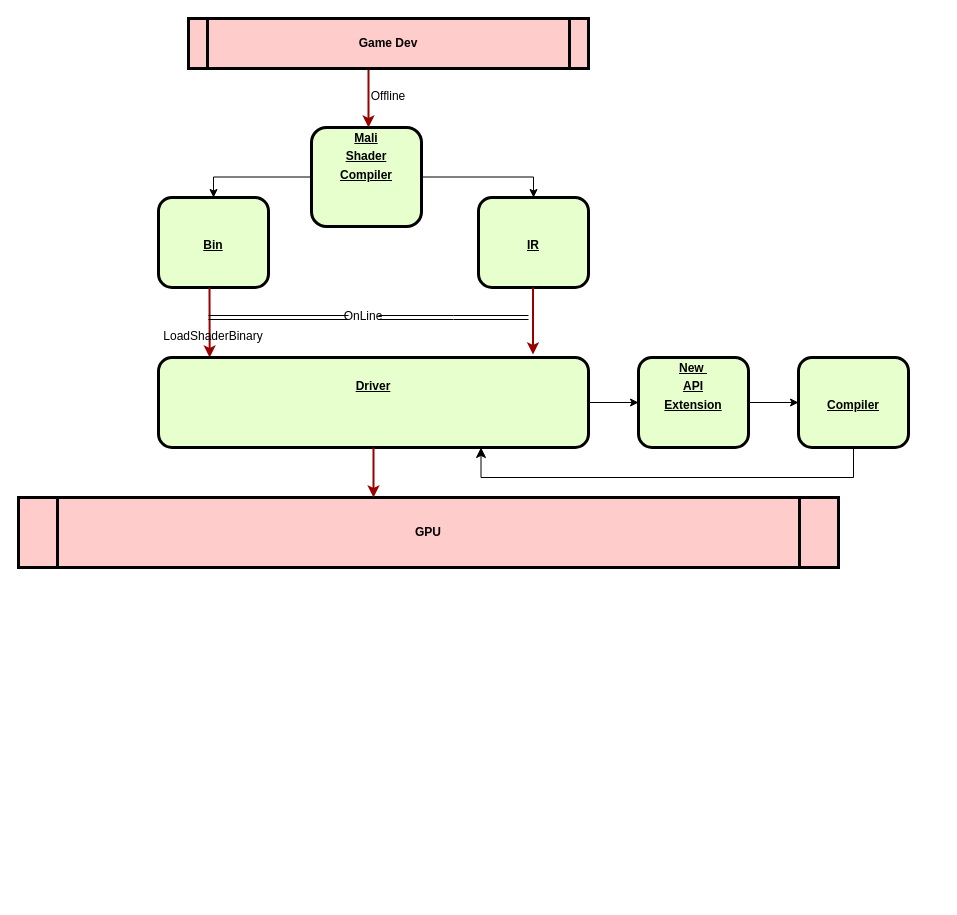
The draw.io diagram gpu_comp.drawio in COthello/mesadoc, before the edit. Source tidied: cells renumbered, new cells numbered last; positions are measured from the earlier drawing's top-left corner, leaving out a move shared by most shapes. Both pictures are drawn from the tidied source at 100%, with x=0, y=0 at pixel (18, 18).
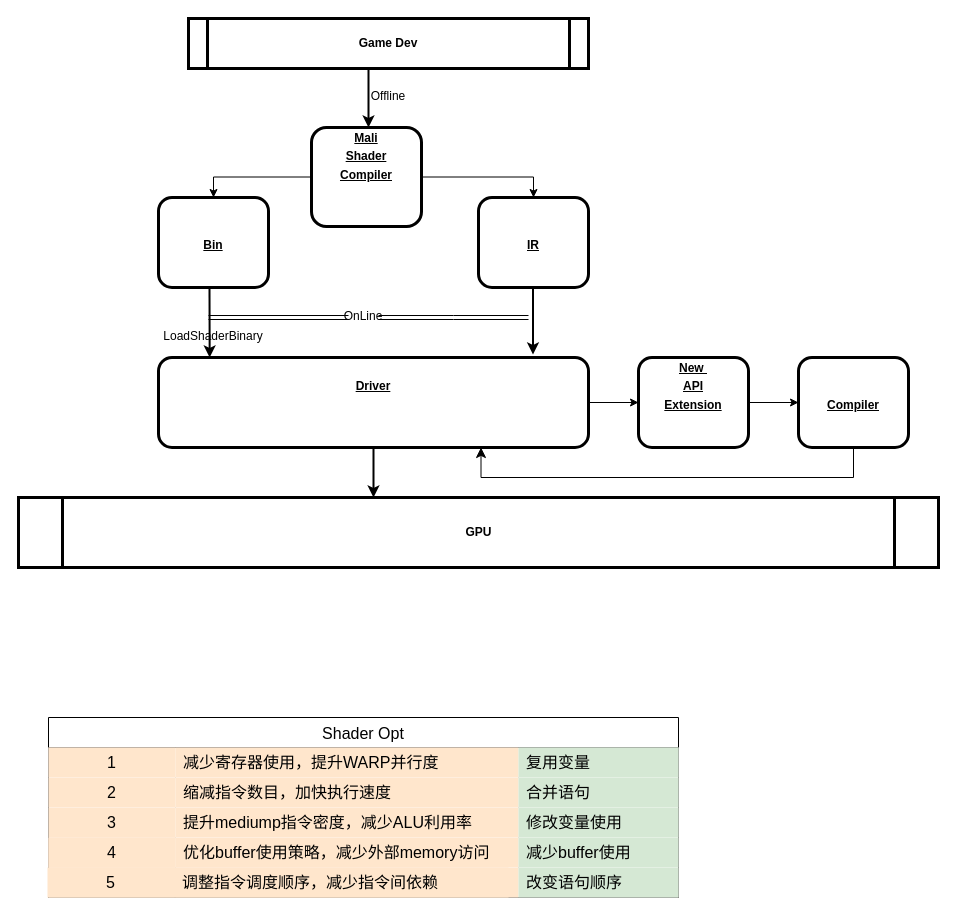
The same page after the edit.

Change to the diagram source:
```diff
@@
-    <mxCell id="2" value="GPU" style="shape=process;whiteSpace=wrap;align=center;verticalAlign=middle;size=0.0475;fontStyle=1;strokeWidth=3;fillColor=#FFCCCC;" parent="1" vertex="1">
-      <mxGeometry y="479" width="820" height="70" as="geometry" />
+    <mxCell id="2" value="GPU" style="shape=process;whiteSpace=wrap;align=center;verticalAlign=middle;size=0.0475;fontStyle=1;strokeWidth=3;" parent="1" vertex="1">
+      <mxGeometry y="479" width="920" height="70" as="geometry" />
     </mxCell>
@@
-    <mxCell id="5" value="&lt;p style=&quot;margin: 0px; margin-top: 4px; text-align: center; text-decoration: underline;&quot;&gt;Mali&lt;/p&gt;&lt;p style=&quot;margin: 0px; margin-top: 4px; text-align: center; text-decoration: underline;&quot;&gt;Shader&lt;/p&gt;&lt;p style=&quot;margin: 0px; margin-top: 4px; text-align: center; text-decoration: underline;&quot;&gt;Compiler&lt;/p&gt;" style="verticalAlign=middle;align=center;overflow=fill;fontSize=12;fontFamily=Helvetica;html=1;rounded=1;fontStyle=1;strokeWidth=3;fillColor=#E6FFCC;" parent="1" vertex="1">
+    <mxCell id="5" value="&lt;p style=&quot;margin: 0px; margin-top: 4px; text-align: center; text-decoration: underline;&quot;&gt;Mali&lt;/p&gt;&lt;p style=&quot;margin: 0px; margin-top: 4px; text-align: center; text-decoration: underline;&quot;&gt;Shader&lt;/p&gt;&lt;p style=&quot;margin: 0px; margin-top: 4px; text-align: center; text-decoration: underline;&quot;&gt;Compiler&lt;/p&gt;" style="verticalAlign=middle;align=center;overflow=fill;fontSize=12;fontFamily=Helvetica;html=1;rounded=1;fontStyle=1;strokeWidth=3;" parent="1" vertex="1">
       <mxGeometry x="293" y="109" width="110" height="99" as="geometry" />
     </mxCell>
-    <mxCell id="6" style="edgeStyle=elbowEdgeStyle;elbow=vertical;strokeColor=#990000;strokeWidth=2;rounded=0;" parent="1" edge="1">
+    <mxCell id="6" style="edgeStyle=elbowEdgeStyle;elbow=vertical;strokeWidth=2;rounded=0;" parent="1" edge="1">
       <mxGeometry relative="1" as="geometry">
         <mxPoint x="350" y="69" as="sourcePoint" />
         <mxPoint x="350" y="109" as="targetPoint" />
         <Array as="points">
           <mxPoint x="350" y="49" />
         </Array>
       </mxGeometry>
     </mxCell>
@@
-    <mxCell id="8" value="Game Dev" style="shape=process;whiteSpace=wrap;align=center;verticalAlign=middle;size=0.0475;fontStyle=1;strokeWidth=3;fillColor=#FFCCCC;" parent="1" vertex="1">
+    <mxCell id="8" value="Game Dev" style="shape=process;whiteSpace=wrap;align=center;verticalAlign=middle;size=0.0475;fontStyle=1;strokeWidth=3;" parent="1" vertex="1">
       <mxGeometry x="170" width="400" height="50" as="geometry" />
     </mxCell>
-    <mxCell id="9" value="&lt;p style=&quot;margin: 0px; margin-top: 4px; text-align: center; text-decoration: underline;&quot;&gt;&lt;br&gt;&lt;/p&gt;&lt;p style=&quot;margin: 0px; margin-top: 4px; text-align: center; text-decoration: underline;&quot;&gt;&lt;span style=&quot;background-color: initial;&quot;&gt;&lt;br&gt;&lt;/span&gt;&lt;/p&gt;&lt;p style=&quot;margin: 0px; margin-top: 4px; text-align: center; text-decoration: underline;&quot;&gt;&lt;span style=&quot;background-color: initial;&quot;&gt;Bin&lt;/span&gt;&lt;br&gt;&lt;/p&gt;" style="verticalAlign=middle;align=center;overflow=fill;fontSize=12;fontFamily=Helvetica;html=1;rounded=1;fontStyle=1;strokeWidth=3;fillColor=#E6FFCC;" parent="1" vertex="1">
+    <mxCell id="9" value="&lt;p style=&quot;margin: 0px; margin-top: 4px; text-align: center; text-decoration: underline;&quot;&gt;&lt;br&gt;&lt;/p&gt;&lt;p style=&quot;margin: 0px; margin-top: 4px; text-align: center; text-decoration: underline;&quot;&gt;&lt;span style=&quot;background-color: initial;&quot;&gt;&lt;br&gt;&lt;/span&gt;&lt;/p&gt;&lt;p style=&quot;margin: 0px; margin-top: 4px; text-align: center; text-decoration: underline;&quot;&gt;&lt;span style=&quot;background-color: initial;&quot;&gt;Bin&lt;/span&gt;&lt;br&gt;&lt;/p&gt;" style="verticalAlign=middle;align=center;overflow=fill;fontSize=12;fontFamily=Helvetica;html=1;rounded=1;fontStyle=1;strokeWidth=3;" parent="1" vertex="1">
       <mxGeometry x="140" y="179" width="110" height="90" as="geometry" />
     </mxCell>
-    <mxCell id="10" style="edgeStyle=elbowEdgeStyle;elbow=vertical;strokeColor=#990000;strokeWidth=2;rounded=0;entryX=0.119;entryY=0;entryDx=0;entryDy=0;entryPerimeter=0;" parent="1" edge="1" target="18">
+    <mxCell id="10" style="edgeStyle=elbowEdgeStyle;elbow=vertical;strokeWidth=2;rounded=0;entryX=0.119;entryY=0;entryDx=0;entryDy=0;entryPerimeter=0;" parent="1" edge="1" target="18">
       <mxGeometry relative="1" as="geometry">
         <mxPoint x="191" y="279" as="sourcePoint" />
         <Array as="points">
           <mxPoint x="191" y="269" />
         </Array>
       </mxGeometry>
     </mxCell>
@@
-    <mxCell id="14" value="&lt;p style=&quot;margin: 0px; margin-top: 4px; text-align: center; text-decoration: underline;&quot;&gt;&lt;br&gt;&lt;/p&gt;&lt;p style=&quot;margin: 0px; margin-top: 4px; text-align: center; text-decoration: underline;&quot;&gt;&lt;br&gt;&lt;/p&gt;&lt;p style=&quot;margin: 0px; margin-top: 4px; text-align: center; text-decoration: underline;&quot;&gt;IR&lt;/p&gt;" style="verticalAlign=middle;align=center;overflow=fill;fontSize=12;fontFamily=Helvetica;html=1;rounded=1;fontStyle=1;strokeWidth=3;fillColor=#E6FFCC;" parent="1" vertex="1">
+    <mxCell id="14" value="&lt;p style=&quot;margin: 0px; margin-top: 4px; text-align: center; text-decoration: underline;&quot;&gt;&lt;br&gt;&lt;/p&gt;&lt;p style=&quot;margin: 0px; margin-top: 4px; text-align: center; text-decoration: underline;&quot;&gt;&lt;br&gt;&lt;/p&gt;&lt;p style=&quot;margin: 0px; margin-top: 4px; text-align: center; text-decoration: underline;&quot;&gt;IR&lt;/p&gt;" style="verticalAlign=middle;align=center;overflow=fill;fontSize=12;fontFamily=Helvetica;html=1;rounded=1;fontStyle=1;strokeWidth=3;" parent="1" vertex="1">
       <mxGeometry x="460" y="179" width="110" height="90" as="geometry" />
     </mxCell>
-    <mxCell id="15" style="edgeStyle=elbowEdgeStyle;elbow=vertical;strokeColor=#990000;strokeWidth=2;rounded=0;entryX=0.233;entryY=-0.043;entryDx=0;entryDy=0;entryPerimeter=0;" parent="1" edge="1">
+    <mxCell id="15" style="edgeStyle=elbowEdgeStyle;elbow=vertical;strokeWidth=2;rounded=0;entryX=0.233;entryY=-0.043;entryDx=0;entryDy=0;entryPerimeter=0;" parent="1" edge="1">
       <mxGeometry relative="1" as="geometry">
         <mxPoint x="514.5" y="279" as="sourcePoint" />
         <mxPoint x="514.5" y="336" as="targetPoint" />
         <Array as="points">
           <mxPoint x="514.5" y="269" />
         </Array>
       </mxGeometry>
     </mxCell>
-    <mxCell id="16" value="&lt;p style=&quot;margin: 0px; margin-top: 4px; text-align: center; text-decoration: underline;&quot;&gt;&lt;br&gt;&lt;/p&gt;&lt;p style=&quot;margin: 0px; margin-top: 4px; text-align: center; text-decoration: underline;&quot;&gt;&lt;br&gt;&lt;/p&gt;&lt;p style=&quot;margin: 0px; margin-top: 4px; text-align: center; text-decoration: underline;&quot;&gt;Compiler&lt;/p&gt;" style="verticalAlign=middle;align=center;overflow=fill;fontSize=12;fontFamily=Helvetica;html=1;rounded=1;fontStyle=1;strokeWidth=3;fillColor=#E6FFCC;" parent="1" vertex="1">
+    <mxCell id="16" value="&lt;p style=&quot;margin: 0px; margin-top: 4px; text-align: center; text-decoration: underline;&quot;&gt;&lt;br&gt;&lt;/p&gt;&lt;p style=&quot;margin: 0px; margin-top: 4px; text-align: center; text-decoration: underline;&quot;&gt;&lt;br&gt;&lt;/p&gt;&lt;p style=&quot;margin: 0px; margin-top: 4px; text-align: center; text-decoration: underline;&quot;&gt;Compiler&lt;/p&gt;" style="verticalAlign=middle;align=center;overflow=fill;fontSize=12;fontFamily=Helvetica;html=1;rounded=1;fontStyle=1;strokeWidth=3;" parent="1" vertex="1">
       <mxGeometry x="780" y="339" width="110" height="90" as="geometry" />
     </mxCell>
@@
-    <mxCell id="18" value="&lt;p style=&quot;margin: 0px; margin-top: 4px; text-align: center; text-decoration: underline;&quot;&gt;&lt;br&gt;&lt;/p&gt;&lt;p style=&quot;margin: 0px; margin-top: 4px; text-align: center; text-decoration: underline;&quot;&gt;&lt;span style=&quot;background-color: initial;&quot;&gt;Driver&lt;/span&gt;&lt;br&gt;&lt;/p&gt;" style="verticalAlign=middle;align=center;overflow=fill;fontSize=12;fontFamily=Helvetica;html=1;rounded=1;fontStyle=1;strokeWidth=3;fillColor=#E6FFCC;" parent="1" vertex="1">
+    <mxCell id="18" value="&lt;p style=&quot;margin: 0px; margin-top: 4px; text-align: center; text-decoration: underline;&quot;&gt;&lt;br&gt;&lt;/p&gt;&lt;p style=&quot;margin: 0px; margin-top: 4px; text-align: center; text-decoration: underline;&quot;&gt;&lt;span style=&quot;background-color: initial;&quot;&gt;Driver&lt;/span&gt;&lt;br&gt;&lt;/p&gt;" style="verticalAlign=middle;align=center;overflow=fill;fontSize=12;fontFamily=Helvetica;html=1;rounded=1;fontStyle=1;strokeWidth=3;" parent="1" vertex="1">
       <mxGeometry x="140" y="339" width="430" height="90" as="geometry" />
     </mxCell>
@@
-    <mxCell id="20" value="&lt;p style=&quot;margin: 0px; margin-top: 4px; text-align: center; text-decoration: underline;&quot;&gt;New&amp;nbsp;&lt;/p&gt;&lt;p style=&quot;margin: 0px; margin-top: 4px; text-align: center; text-decoration: underline;&quot;&gt;API&lt;/p&gt;&lt;p style=&quot;margin: 0px; margin-top: 4px; text-align: center; text-decoration: underline;&quot;&gt;Extension&lt;/p&gt;" style="verticalAlign=middle;align=center;overflow=fill;fontSize=12;fontFamily=Helvetica;html=1;rounded=1;fontStyle=1;strokeWidth=3;fillColor=#E6FFCC;" parent="1" vertex="1">
+    <mxCell id="20" value="&lt;p style=&quot;margin: 0px; margin-top: 4px; text-align: center; text-decoration: underline;&quot;&gt;New&amp;nbsp;&lt;/p&gt;&lt;p style=&quot;margin: 0px; margin-top: 4px; text-align: center; text-decoration: underline;&quot;&gt;API&lt;/p&gt;&lt;p style=&quot;margin: 0px; margin-top: 4px; text-align: center; text-decoration: underline;&quot;&gt;Extension&lt;/p&gt;" style="verticalAlign=middle;align=center;overflow=fill;fontSize=12;fontFamily=Helvetica;html=1;rounded=1;fontStyle=1;strokeWidth=3;" parent="1" vertex="1">
       <mxGeometry x="620" y="339" width="110" height="90" as="geometry" />
     </mxCell>
-    <mxCell id="21" style="edgeStyle=elbowEdgeStyle;elbow=vertical;strokeColor=#990000;strokeWidth=2;rounded=0;" parent="1" edge="1">
+    <mxCell id="21" style="edgeStyle=elbowEdgeStyle;elbow=vertical;strokeWidth=2;rounded=0;" parent="1" edge="1">
       <mxGeometry relative="1" as="geometry">
         <mxPoint x="355" y="439" as="sourcePoint" />
         <mxPoint x="355" y="479" as="targetPoint" />
         <Array as="points">
           <mxPoint x="355" y="429" />
         </Array>
       </mxGeometry>
     </mxCell>
@@
+    <mxCell id="24" value="Shader Opt" style="shape=table;startSize=30;childLayout=tableLayout;rowLines=0;fontStyle=0;fontSize=16;" parent="1" vertex="1">
+      <mxGeometry x="30" y="699" width="630" height="180" as="geometry" />
+    </mxCell>
+    <mxCell id="25" style="shape=tableRow;horizontal=0;startSize=0;swimlaneHead=0;swimlaneBody=0;top=0;left=0;bottom=0;right=0;fontSize=16;" parent="24" vertex="1">
+      <mxGeometry y="30" width="630" height="30" as="geometry" />
+    </mxCell>
+    <mxCell id="26" value="1" style="shape=partialRectangle;html=1;whiteSpace=wrap;top=0;left=0;bottom=0;right=0;overflow=hidden;fontSize=16;fillColor=#ffe6cc;strokeColor=#d79b00;" parent="25" vertex="1">
+      <mxGeometry width="127" height="30" as="geometry" />
+    </mxCell>
+    <mxCell id="27" value="减少寄存器使用，提升WARP并行度" style="shape=partialRectangle;html=1;whiteSpace=wrap;top=0;left=0;bottom=0;right=0;align=left;spacingLeft=6;overflow=hidden;fontSize=16;fillColor=#ffe6cc;strokeColor=#d79b00;" parent="25" vertex="1">
+      <mxGeometry x="127" width="343" height="30" as="geometry" />
+    </mxCell>
+    <mxCell id="28" value="复用变量" style="shape=partialRectangle;html=1;whiteSpace=wrap;top=0;left=0;bottom=0;right=0;align=left;spacingLeft=6;overflow=hidden;fontSize=16;fillColor=#d5e8d4;strokeColor=#82b366;" parent="25" vertex="1">
+      <mxGeometry x="470" width="160" height="30" as="geometry" />
+    </mxCell>
+    <mxCell id="29" style="shape=tableRow;horizontal=0;startSize=0;swimlaneHead=0;swimlaneBody=0;top=0;left=0;bottom=0;right=0;fontSize=16;" parent="24" vertex="1">
+      <mxGeometry y="60" width="630" height="30" as="geometry" />
+    </mxCell>
+    <mxCell id="30" value="2" style="shape=partialRectangle;html=1;whiteSpace=wrap;top=0;left=0;bottom=0;right=0;overflow=hidden;fontSize=16;fillColor=#ffe6cc;strokeColor=#d79b00;" parent="29" vertex="1">
+      <mxGeometry width="127" height="30" as="geometry" />
+    </mxCell>
+    <mxCell id="31" value="缩减指令数目，加快执行速度" style="shape=partialRectangle;html=1;whiteSpace=wrap;top=0;left=0;bottom=0;right=0;align=left;spacingLeft=6;overflow=hidden;fontSize=16;fillColor=#ffe6cc;strokeColor=#d79b00;" parent="29" vertex="1">
+      <mxGeometry x="127" width="343" height="30" as="geometry" />
+    </mxCell>
+    <mxCell id="32" value="合并语句" style="shape=partialRectangle;html=1;whiteSpace=wrap;top=0;left=0;bottom=0;right=0;align=left;spacingLeft=6;overflow=hidden;fontSize=16;fillColor=#d5e8d4;strokeColor=#82b366;" parent="29" vertex="1">
+      <mxGeometry x="470" width="160" height="30" as="geometry" />
+    </mxCell>
+    <mxCell id="33" style="shape=tableRow;horizontal=0;startSize=0;swimlaneHead=0;swimlaneBody=0;top=0;left=0;bottom=0;right=0;fontSize=16;" parent="24" vertex="1">
+      <mxGeometry y="90" width="630" height="30" as="geometry" />
+    </mxCell>
+    <mxCell id="34" value="3" style="shape=partialRectangle;html=1;whiteSpace=wrap;top=0;left=0;bottom=0;right=0;overflow=hidden;fontSize=16;fillColor=#ffe6cc;strokeColor=#d79b00;" parent="33" vertex="1">
+      <mxGeometry width="127" height="30" as="geometry" />
+    </mxCell>
+    <mxCell id="35" value="提升mediump指令密度，减少ALU利用率" style="shape=partialRectangle;html=1;whiteSpace=wrap;top=0;left=0;bottom=0;right=0;align=left;spacingLeft=6;overflow=hidden;fontSize=16;fillColor=#ffe6cc;strokeColor=#d79b00;" parent="33" vertex="1">
+      <mxGeometry x="127" width="343" height="30" as="geometry" />
+    </mxCell>
+    <mxCell id="36" value="修改变量使用" style="shape=partialRectangle;html=1;whiteSpace=wrap;top=0;left=0;bottom=0;right=0;align=left;spacingLeft=6;overflow=hidden;fontSize=16;fillColor=#d5e8d4;strokeColor=#82b366;" parent="33" vertex="1">
+      <mxGeometry x="470" width="160" height="30" as="geometry" />
+    </mxCell>
+    <mxCell id="37" style="shape=tableRow;horizontal=0;startSize=0;swimlaneHead=0;swimlaneBody=0;top=0;left=0;bottom=0;right=0;fontSize=16;" parent="24" vertex="1">
+      <mxGeometry y="120" width="630" height="30" as="geometry" />
+    </mxCell>
+    <mxCell id="38" style="shape=partialRectangle;html=1;whiteSpace=wrap;top=0;left=0;bottom=0;right=0;overflow=hidden;fontSize=16;fillColor=#ffe6cc;strokeColor=#d79b00;" parent="37" vertex="1">
+      <mxGeometry width="127" height="30" as="geometry" />
+    </mxCell>
+    <mxCell id="39" value="优化buffer使用策略，减少外部memory访问" style="shape=partialRectangle;html=1;whiteSpace=wrap;top=0;left=0;bottom=0;right=0;align=left;spacingLeft=6;overflow=hidden;fontSize=16;fillColor=#ffe6cc;strokeColor=#d79b00;" parent="37" vertex="1">
+      <mxGeometry x="127" width="343" height="30" as="geometry" />
+    </mxCell>
+    <mxCell id="40" value="减少buffer使用" style="shape=partialRectangle;html=1;whiteSpace=wrap;top=0;left=0;bottom=0;right=0;align=left;spacingLeft=6;overflow=hidden;fontSize=16;fillColor=#d5e8d4;strokeColor=#82b366;" parent="37" vertex="1">
+      <mxGeometry x="470" width="160" height="30" as="geometry" />
+    </mxCell>
+    <mxCell id="41" style="shape=tableRow;horizontal=0;startSize=0;swimlaneHead=0;swimlaneBody=0;top=0;left=0;bottom=0;right=0;fontSize=16;" parent="24" vertex="1">
+      <mxGeometry y="150" width="630" height="30" as="geometry" />
+    </mxCell>
+    <mxCell id="42" style="shape=partialRectangle;html=1;whiteSpace=wrap;top=0;left=0;bottom=0;right=0;overflow=hidden;fontSize=16;fillColor=#ffe6cc;strokeColor=#d79b00;" parent="41" vertex="1">
+      <mxGeometry width="127" height="30" as="geometry" />
+    </mxCell>
+    <mxCell id="43" style="shape=partialRectangle;html=1;whiteSpace=wrap;top=0;left=0;bottom=0;right=0;align=left;spacingLeft=6;overflow=hidden;fontSize=16;fillColor=#ffe6cc;strokeColor=#d79b00;" parent="41" vertex="1">
+      <mxGeometry x="127" width="343" height="30" as="geometry" />
+    </mxCell>
+    <mxCell id="44" value="改变语句顺序" style="shape=partialRectangle;html=1;whiteSpace=wrap;top=0;left=0;bottom=0;right=0;align=left;spacingLeft=6;overflow=hidden;fontSize=16;fillColor=#d5e8d4;strokeColor=#82b366;" parent="41" vertex="1">
+      <mxGeometry x="470" width="160" height="30" as="geometry" />
+    </mxCell>
+    <mxCell id="45" value="4" style="shape=partialRectangle;html=1;whiteSpace=wrap;top=0;left=0;bottom=0;right=0;overflow=hidden;fontSize=16;fillColor=#ffe6cc;strokeColor=#d79b00;" parent="1" vertex="1">
+      <mxGeometry x="30" y="819" width="127" height="30" as="geometry" />
+    </mxCell>
+    <mxCell id="46" value="5" style="shape=partialRectangle;html=1;whiteSpace=wrap;top=0;left=0;bottom=0;right=0;overflow=hidden;fontSize=16;fillColor=#ffe6cc;strokeColor=#d79b00;" parent="1" vertex="1">
+      <mxGeometry x="29" y="849" width="127" height="30" as="geometry" />
+    </mxCell>
+    <mxCell id="47" value="调整指令调度顺序，减少指令间依赖" style="shape=partialRectangle;html=1;whiteSpace=wrap;top=0;left=0;bottom=0;right=0;align=left;spacingLeft=6;overflow=hidden;fontSize=16;fillColor=#ffe6cc;strokeColor=#d79b00;" parent="1" vertex="1">
+      <mxGeometry x="156" y="849" width="334" height="30" as="geometry" />
+    </mxCell>
```
